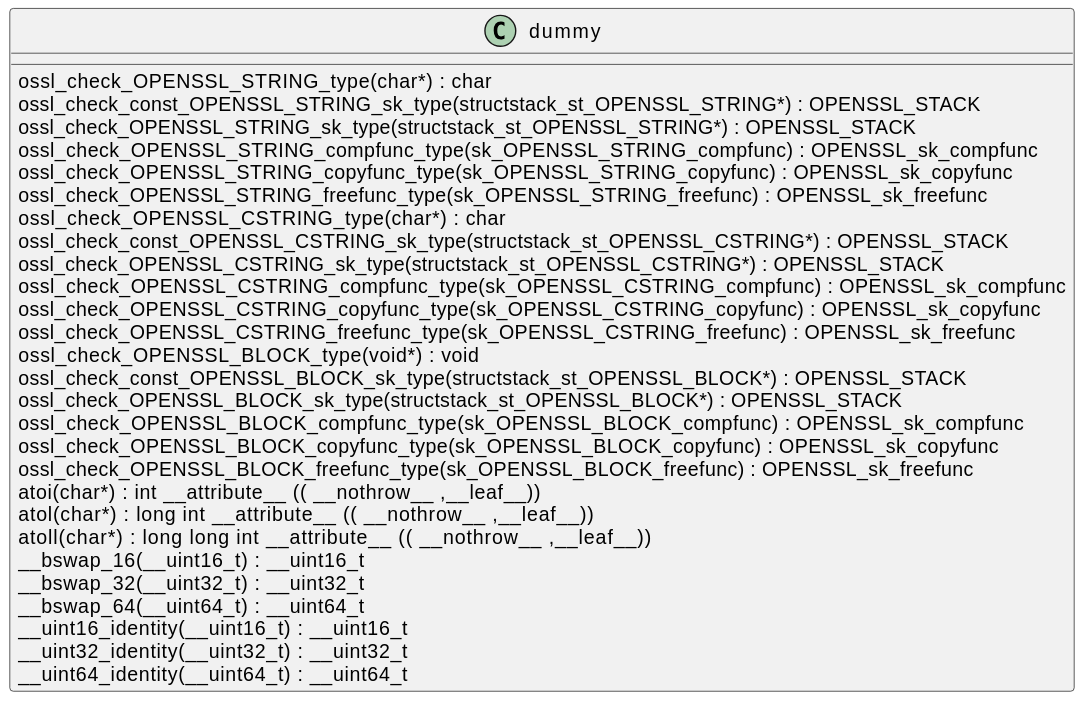
Before: docs/qc/crypto/thread/api.c.svg, a diagram exported from PlantUML (qualitesys/openssl). The source it was exported from:
```plantuml
@startuml
!pragma layout smetana
class dummy {
ossl_check_OPENSSL_STRING_type(char*) :  char  [[[./../../.././qc/crypto/thread/api.c.html#422]]]
ossl_check_const_OPENSSL_STRING_sk_type(structstack_st_OPENSSL_STRING*) : OPENSSL_STACK [[[./../../.././qc/crypto/thread/api.c.html#422]]]
ossl_check_OPENSSL_STRING_sk_type(structstack_st_OPENSSL_STRING*) : OPENSSL_STACK [[[./../../.././qc/crypto/thread/api.c.html#422]]]
ossl_check_OPENSSL_STRING_compfunc_type(sk_OPENSSL_STRING_compfunc) : OPENSSL_sk_compfunc [[[./../../.././qc/crypto/thread/api.c.html#422]]]
ossl_check_OPENSSL_STRING_copyfunc_type(sk_OPENSSL_STRING_copyfunc) : OPENSSL_sk_copyfunc [[[./../../.././qc/crypto/thread/api.c.html#422]]]
ossl_check_OPENSSL_STRING_freefunc_type(sk_OPENSSL_STRING_freefunc) : OPENSSL_sk_freefunc [[[./../../.././qc/crypto/thread/api.c.html#422]]]
ossl_check_OPENSSL_CSTRING_type(char*) :  char  [[[./../../.././qc/crypto/thread/api.c.html#424]]]
ossl_check_const_OPENSSL_CSTRING_sk_type(structstack_st_OPENSSL_CSTRING*) : OPENSSL_STACK [[[./../../.././qc/crypto/thread/api.c.html#424]]]
ossl_check_OPENSSL_CSTRING_sk_type(structstack_st_OPENSSL_CSTRING*) : OPENSSL_STACK [[[./../../.././qc/crypto/thread/api.c.html#424]]]
ossl_check_OPENSSL_CSTRING_compfunc_type(sk_OPENSSL_CSTRING_compfunc) : OPENSSL_sk_compfunc [[[./../../.././qc/crypto/thread/api.c.html#424]]]
ossl_check_OPENSSL_CSTRING_copyfunc_type(sk_OPENSSL_CSTRING_copyfunc) : OPENSSL_sk_copyfunc [[[./../../.././qc/crypto/thread/api.c.html#424]]]
ossl_check_OPENSSL_CSTRING_freefunc_type(sk_OPENSSL_CSTRING_freefunc) : OPENSSL_sk_freefunc [[[./../../.././qc/crypto/thread/api.c.html#424]]]
ossl_check_OPENSSL_BLOCK_type(void*) :  void  [[[./../../.././qc/crypto/thread/api.c.html#427]]]
ossl_check_const_OPENSSL_BLOCK_sk_type(structstack_st_OPENSSL_BLOCK*) : OPENSSL_STACK [[[./../../.././qc/crypto/thread/api.c.html#427]]]
ossl_check_OPENSSL_BLOCK_sk_type(structstack_st_OPENSSL_BLOCK*) : OPENSSL_STACK [[[./../../.././qc/crypto/thread/api.c.html#427]]]
ossl_check_OPENSSL_BLOCK_compfunc_type(sk_OPENSSL_BLOCK_compfunc) : OPENSSL_sk_compfunc [[[./../../.././qc/crypto/thread/api.c.html#427]]]
ossl_check_OPENSSL_BLOCK_copyfunc_type(sk_OPENSSL_BLOCK_copyfunc) : OPENSSL_sk_copyfunc [[[./../../.././qc/crypto/thread/api.c.html#427]]]
ossl_check_OPENSSL_BLOCK_freefunc_type(sk_OPENSSL_BLOCK_freefunc) : OPENSSL_sk_freefunc [[[./../../.././qc/crypto/thread/api.c.html#427]]]
atoi(char*) :  int  __attribute__ (( __nothrow__ ,__leaf__)) [[[./../../.././qc/crypto/thread/api.c.html#758]]]
atol(char*) :  long  int  __attribute__ (( __nothrow__ ,__leaf__)) [[[./../../.././qc/crypto/thread/api.c.html#763]]]
atoll(char*) :  long  long  int  __attribute__ (( __nothrow__ ,__leaf__)) [[[./../../.././qc/crypto/thread/api.c.html#770]]]
__bswap_16(__uint16_t) : __uint16_t [[[./../../.././qc/crypto/thread/api.c.html#932]]]
__bswap_32(__uint32_t) : __uint32_t [[[./../../.././qc/crypto/thread/api.c.html#947]]]
__bswap_64(__uint64_t) : __uint64_t [[[./../../.././qc/crypto/thread/api.c.html#957]]]
__uint16_identity(__uint16_t) : __uint16_t [[[./../../.././qc/crypto/thread/api.c.html#969]]]
__uint32_identity(__uint32_t) : __uint32_t [[[./../../.././qc/crypto/thread/api.c.html#975]]]
__uint64_identity(__uint64_t) : __uint64_t [[[./../../.././qc/crypto/thread/api.c.html#981]]]
}
@enduml
```
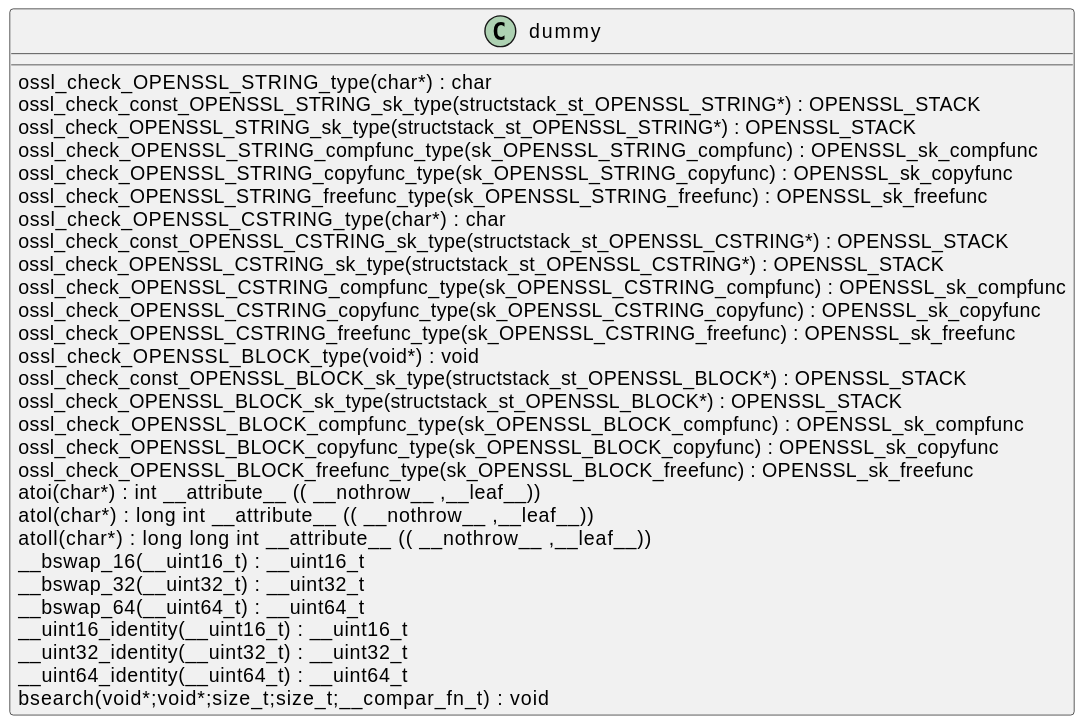
After the change.

Change to the diagram source:
```diff
@@ -28,5 +28,6 @@
 __uint16_identity(__uint16_t) : __uint16_t [[[./../../.././qc/crypto/thread/api.c.html#969]]]
 __uint32_identity(__uint32_t) : __uint32_t [[[./../../.././qc/crypto/thread/api.c.html#975]]]
 __uint64_identity(__uint64_t) : __uint64_t [[[./../../.././qc/crypto/thread/api.c.html#981]]]
+bsearch(void*;void*;size_t;size_t;__compar_fn_t) :  void  [[[./../../.././qc/crypto/thread/api.c.html#1649]]]
 }
 @enduml
```
